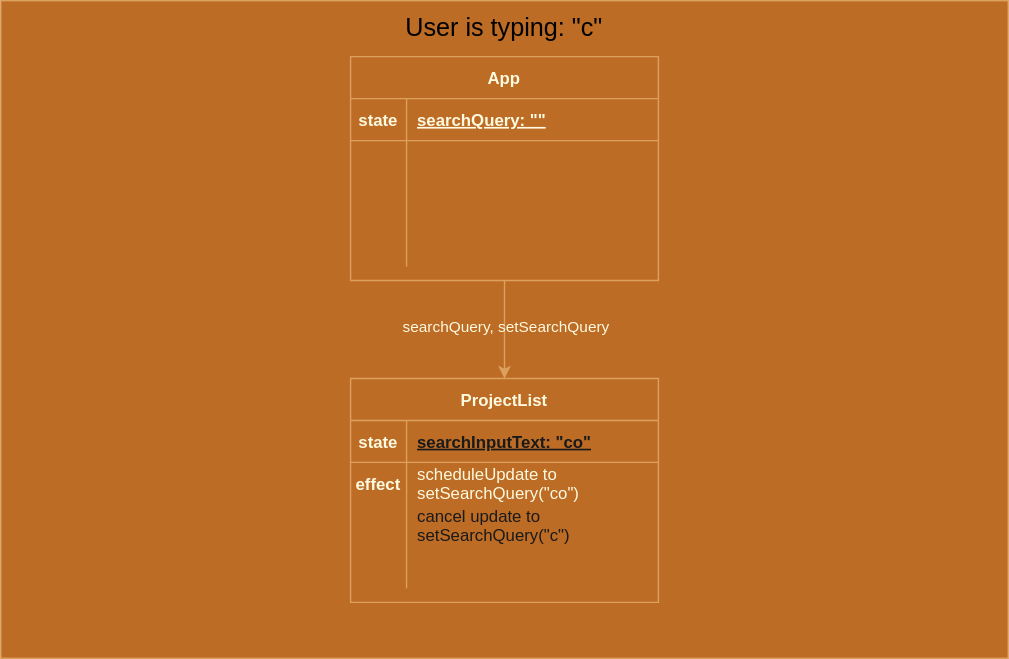
This is 05_side_effects_and_data_fetching/assets/cleanup-diagram-3.drawio.svg from learn-co-students/SENG-LIVE-062722-Phase-2, a draw.io export, as it was before one commit. Source tidied: cells renumbered, new cells last; positions are measured from the earlier drawing's top-left corner, leaving out a move shared by most shapes.
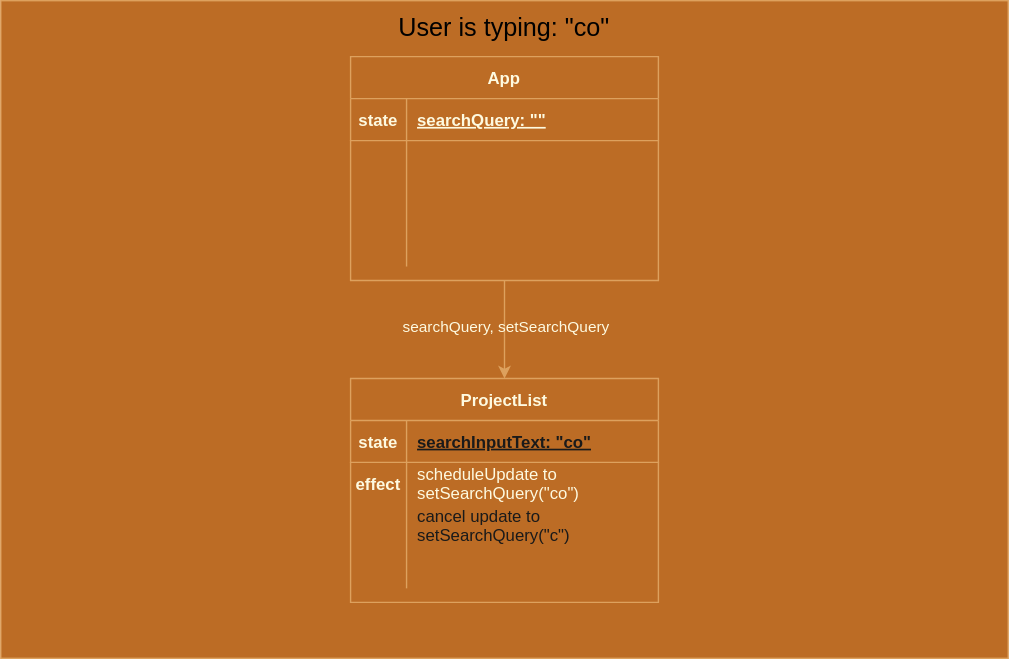
Later version of the same file.

Commit message:
update lesson 5 slides

What changed in the source:
```diff
@@ -89,7 +89,7 @@
     <mxCell id="30" style="shape=partialRectangle;fillColor=none;top=0;left=0;bottom=0;right=0;align=left;spacingLeft=6;overflow=hidden;strokeColor=#DDA15E;fontColor=#FEFAE0;" parent="28" vertex="1">
       <mxGeometry x="40" width="180" height="30" as="geometry" />
     </mxCell>
-    <mxCell id="31" value="&lt;font style=&quot;font-size: 18px&quot;&gt;User is typing: &quot;c&quot;&lt;/font&gt;" style="text;html=1;strokeColor=none;fillColor=none;align=center;verticalAlign=middle;whiteSpace=wrap;rounded=0;" parent="1" vertex="1">
+    <mxCell id="31" value="&lt;font style=&quot;font-size: 18px&quot;&gt;User is typing: &quot;co&quot;&lt;/font&gt;" style="text;html=1;strokeColor=none;fillColor=none;align=center;verticalAlign=middle;whiteSpace=wrap;rounded=0;" parent="1" vertex="1">
       <mxGeometry x="250" width="220" height="40" as="geometry" />
     </mxCell>
   </root>
```
